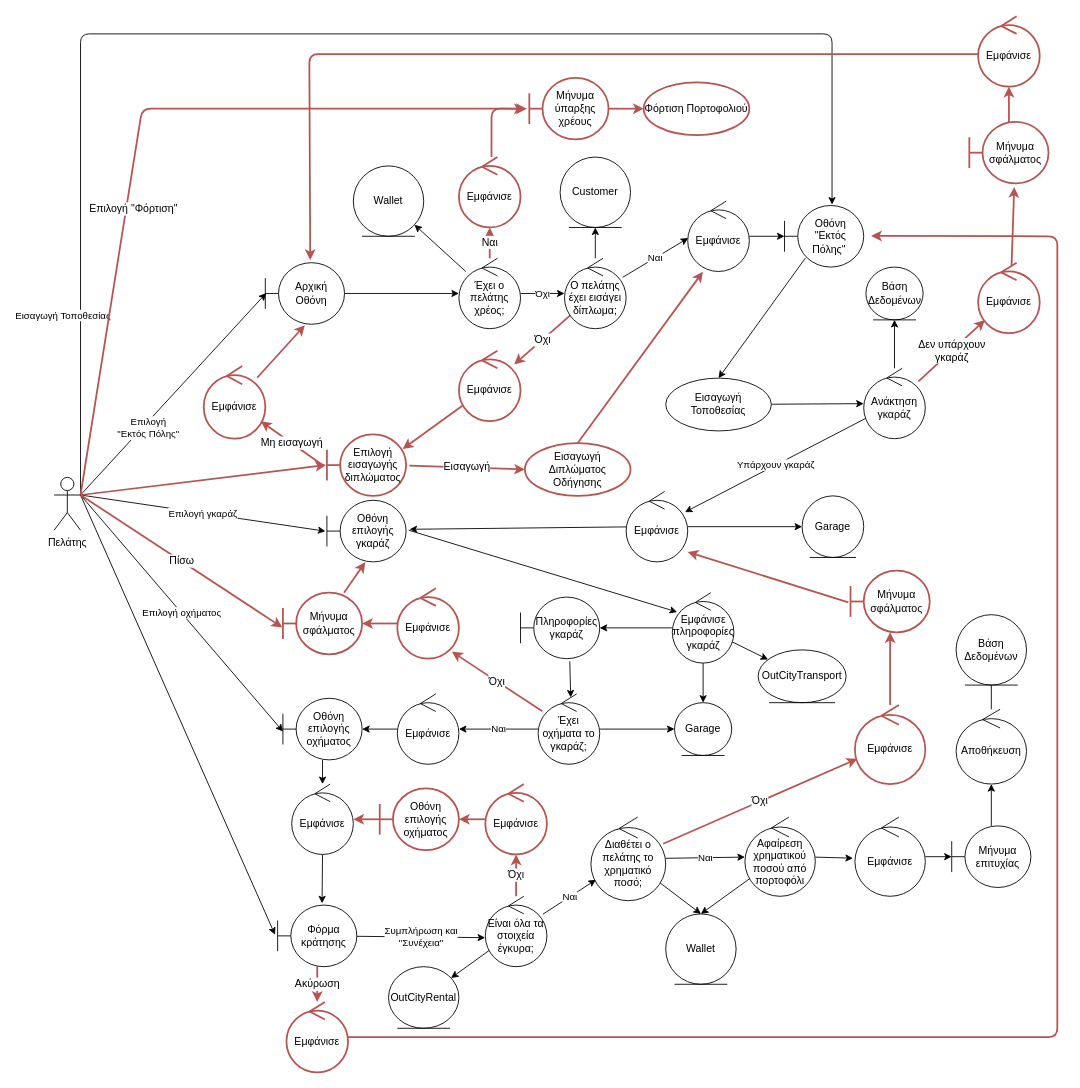
Earlier version of the draw.io diagram Part_2/Robustness/diagrams/11_Βραχυπρόθεσμο_Ταξίδι.drawio (Nikolis2002/texnoligia_logismikou). Source tidied: cells renumbered, new cells numbered last; positions are measured from the earlier drawing's top-left corner, leaving out a move shared by most shapes. Both pictures are drawn from the tidied source at 88%, with x=0, y=0 at pixel (54, 16).
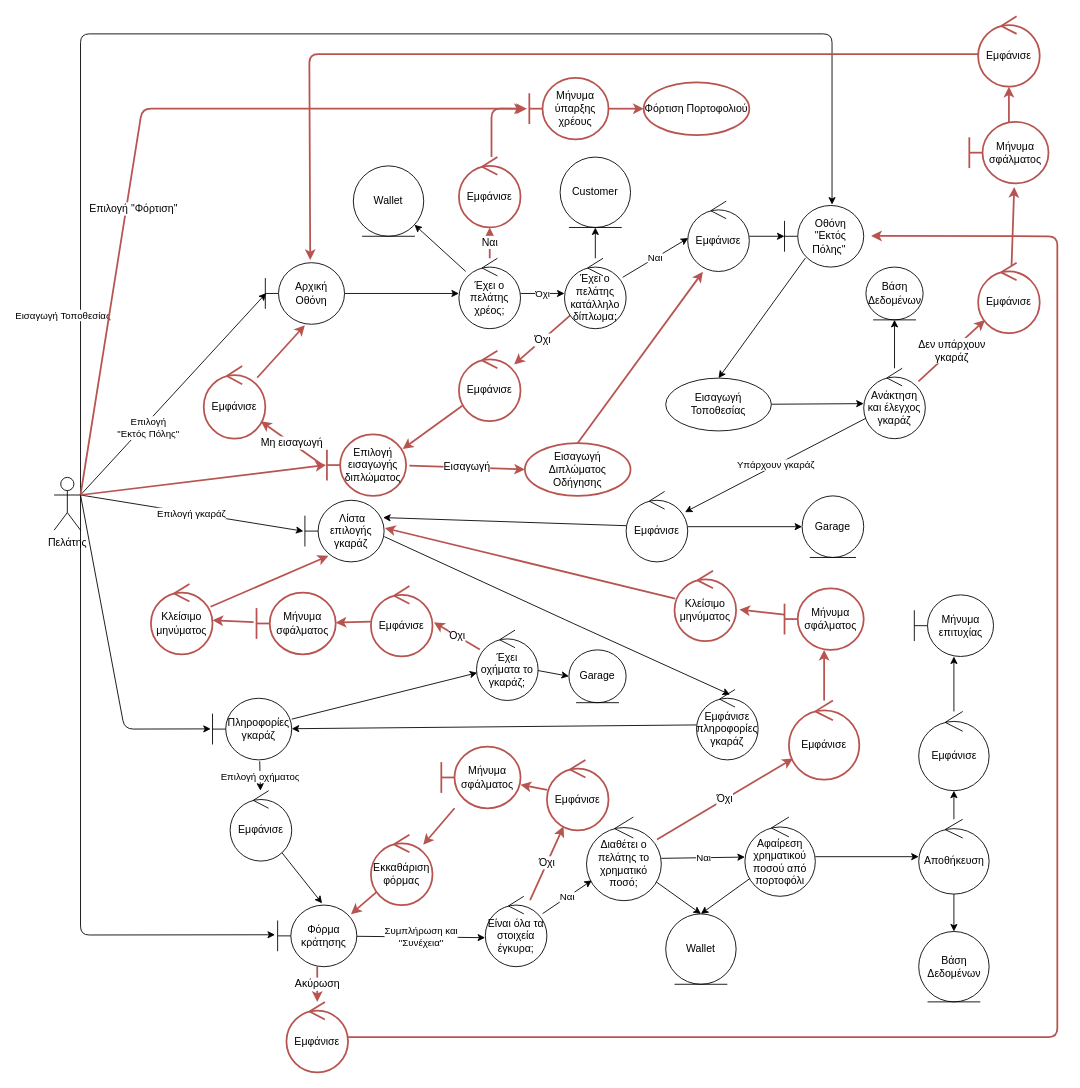
The same page after the edit.

Commit message (it also covers changes not shown here):
Use case 11

Unchanged cells that the change refers to:
```xml
<mxCell id="10" value="Πελάτης" style="shape=umlActor;verticalLabelPosition=bottom;verticalAlign=top;html=1;" parent="1" vertex="1">
  <mxGeometry y="524" width="30" height="60" as="geometry" />
</mxCell>
<mxCell id="32" value="Εμφάνισε" style="ellipse;shape=umlControl;whiteSpace=wrap;html=1;" parent="1" vertex="1">
  <mxGeometry x="650" y="540" width="70" height="80" as="geometry" />
</mxCell>
<mxCell id="51" value="Φόρμα κράτησης" style="shape=umlBoundary;whiteSpace=wrap;html=1;" parent="1" vertex="1">
  <mxGeometry x="254" y="1010" width="90" height="70" as="geometry" />
</mxCell>
<mxCell id="55" value="Είναι όλα τα στοιχεία έγκυρα;" style="ellipse;shape=umlControl;whiteSpace=wrap;html=1;" parent="1" vertex="1">
  <mxGeometry x="490" y="1000" width="70" height="80" as="geometry" />
</mxCell>
<mxCell id="64" value="Αφαίρεση χρηματικού ποσού από πορτοφόλι" style="ellipse;shape=umlControl;whiteSpace=wrap;html=1;" parent="1" vertex="1">
  <mxGeometry x="785" y="910" width="80" height="90" as="geometry" />
</mxCell>
```

What changed in the source:
```diff
@@
-    <mxCell id="4" value="Επιλογή οχήματος" style="edgeStyle=none;html=1;exitX=1;exitY=0.3333333333333333;exitDx=0;exitDy=0;exitPerimeter=0;entryX=0.002;entryY=0.541;entryDx=0;entryDy=0;entryPerimeter=0;" parent="1" edge="1" source="10" target="46">
-      <mxGeometry relative="1" as="geometry" />
+    <mxCell id="4" style="edgeStyle=none;html=1;exitX=1;exitY=0.3333333333333333;exitDx=0;exitDy=0;exitPerimeter=0;entryX=-0.022;entryY=0.497;entryDx=0;entryDy=0;entryPerimeter=0;" parent="1" edge="1" source="10" target="93">
+      <mxGeometry relative="1" as="geometry">
+        <Array as="points">
+          <mxPoint x="80" y="810" />
+        </Array>
+      </mxGeometry>
     </mxCell>
     <mxCell id="5" style="edgeStyle=none;html=1;exitX=1;exitY=0.3333333333333333;exitDx=0;exitDy=0;exitPerimeter=0;entryX=-0.033;entryY=0.482;entryDx=0;entryDy=0;entryPerimeter=0;" parent="1" edge="1" source="10" target="51">
-      <mxGeometry relative="1" as="geometry" />
+      <mxGeometry relative="1" as="geometry">
+        <Array as="points">
+          <mxPoint x="30" y="1044" />
+        </Array>
+      </mxGeometry>
     </mxCell>
@@
-    <mxCell id="8" value="Πίσω" style="edgeStyle=none;html=1;exitX=1;exitY=0.3333333333333333;exitDx=0;exitDy=0;exitPerimeter=0;entryX=-0.009;entryY=0.563;entryDx=0;entryDy=0;entryPerimeter=0;fontSize=12;fillColor=default;strokeColor=#b85450;strokeWidth=2;" parent="1" edge="1" source="10" target="99">
-      <mxGeometry relative="1" as="geometry" />
-    </mxCell>
@@
-    <mxCell id="20" value="Ο πελάτης έχει εισάγει δίπλωμα;" style="ellipse;shape=umlControl;whiteSpace=wrap;html=1;" parent="1" vertex="1">
+    <mxCell id="20" value="Έχει ο πελάτης κατάλληλο δίπλωμα;" style="ellipse;shape=umlControl;whiteSpace=wrap;html=1;" parent="1" vertex="1">
       <mxGeometry x="580" y="275" width="70" height="80" as="geometry" />
     </mxCell>
@@
-    <mxCell id="28" value="Ανάκτηση γκαράζ" style="ellipse;shape=umlControl;whiteSpace=wrap;html=1;" parent="1" vertex="1">
+    <mxCell id="28" value="Ανάκτηση και έλεγχος γκαράζ" style="ellipse;shape=umlControl;whiteSpace=wrap;html=1;" parent="1" vertex="1">
       <mxGeometry x="920" y="400" width="70" height="80" as="geometry" />
     </mxCell>
@@
-    <mxCell id="30" style="edgeStyle=none;html=1;entryX=1.044;entryY=0.471;entryDx=0;entryDy=0;entryPerimeter=0;" parent="1" edge="1" source="32" target="34">
+    <mxCell id="30" style="edgeStyle=none;html=1;entryX=0.987;entryY=0.281;entryDx=0;entryDy=0;entryPerimeter=0;" parent="1" edge="1" source="32" target="34">
       <mxGeometry relative="1" as="geometry" />
     </mxCell>
@@
-    <mxCell id="33" style="edgeStyle=none;html=1;exitX=1.033;exitY=0.486;exitDx=0;exitDy=0;exitPerimeter=0;entryX=0.079;entryY=0.275;entryDx=0;entryDy=0;entryPerimeter=0;" parent="1" edge="1" source="34" target="38">
-      <mxGeometry relative="1" as="geometry" />
+    <mxCell id="33" style="edgeStyle=none;html=1;exitX=1.002;exitY=0.59;exitDx=0;exitDy=0;exitPerimeter=0;entryX=0.544;entryY=0.073;entryDx=0;entryDy=0;entryPerimeter=0;" parent="1" edge="1" source="34" target="38">
+      <mxGeometry relative="1" as="geometry">
+        <Array as="points">
+          <mxPoint x="590" y="690" />
+        </Array>
+      </mxGeometry>
     </mxCell>
-    <mxCell id="34" value="Οθόνη επιλογής γκαράζ" style="shape=umlBoundary;whiteSpace=wrap;html=1;" parent="1" vertex="1">
-      <mxGeometry x="310" y="550" width="90" height="70" as="geometry" />
+    <mxCell id="34" value="&amp;nbsp;Λίστα επιλογής γκαράζ" style="shape=umlBoundary;whiteSpace=wrap;html=1;" parent="1" vertex="1">
+      <mxGeometry x="285" y="550" width="90" height="70" as="geometry" />
     </mxCell>
-    <mxCell id="35" style="edgeStyle=none;html=1;" parent="1" edge="1" source="38" target="39">
-      <mxGeometry relative="1" as="geometry" />
-    </mxCell>
@@
-    <mxCell id="37" style="edgeStyle=none;html=1;" parent="1" edge="1" source="38" target="44">
-      <mxGeometry relative="1" as="geometry" />
-    </mxCell>
     <mxCell id="38" value="Εμφάνισε πληροφορίες&lt;br&gt;γκαράζ" style="ellipse;shape=umlControl;whiteSpace=wrap;html=1;" parent="1" vertex="1">
-      <mxGeometry x="702.5" y="655" width="70" height="80" as="geometry" />
+      <mxGeometry x="730" y="765" width="70" height="80" as="geometry" />
     </mxCell>
-    <mxCell id="39" value="Garage" style="ellipse;shape=umlEntity;whiteSpace=wrap;html=1;" parent="1" vertex="1">
-      <mxGeometry x="705" y="780" width="65" height="60" as="geometry" />
-    </mxCell>
-    <mxCell id="40" value="Ναι" style="edgeStyle=none;html=1;" parent="1" edge="1" source="43" target="95">
-      <mxGeometry relative="1" as="geometry" />
-    </mxCell>
+    <mxCell id="42" value="Όχι" style="edgeStyle=none;html=1;entryX=1.022;entryY=0.515;entryDx=0;entryDy=0;entryPerimeter=0;fontSize=12;fillColor=default;strokeColor=#b85450;strokeWidth=2;" parent="1" edge="1" source="43" target="97">
+      <mxGeometry relative="1" as="geometry" />
+    </mxCell>
@@
-    <mxCell id="42" value="Όχι" style="edgeStyle=none;html=1;entryX=0.886;entryY=0.9;entryDx=0;entryDy=0;entryPerimeter=0;fontSize=12;fillColor=default;strokeColor=#b85450;strokeWidth=2;" parent="1" edge="1" source="43" target="97">
-      <mxGeometry relative="1" as="geometry" />
-    </mxCell>
     <mxCell id="43" value="Έχει οχήματα το γκαράζ;" style="ellipse;shape=umlControl;whiteSpace=wrap;html=1;" parent="1" vertex="1">
-      <mxGeometry x="550" y="770" width="70" height="80" as="geometry" />
+      <mxGeometry x="480" y="697.5" width="70" height="80" as="geometry" />
     </mxCell>
-    <mxCell id="44" value="OutCityTransport" style="ellipse;shape=umlEntity;whiteSpace=wrap;html=1;" parent="1" vertex="1">
-      <mxGeometry x="800" y="720" width="100" height="60" as="geometry" />
-    </mxCell>
-    <mxCell id="45" style="edgeStyle=none;html=1;" parent="1" edge="1" source="46" target="48">
+    <mxCell id="45" value="Επιλογή οχήματος" style="edgeStyle=none;html=1;exitX=0.596;exitY=1.023;exitDx=0;exitDy=0;exitPerimeter=0;" parent="1" edge="1" source="93" target="48">
       <mxGeometry relative="1" as="geometry" />
     </mxCell>
-    <mxCell id="46" value="Οθόνη επιλογής οχήματος" style="shape=umlBoundary;whiteSpace=wrap;html=1;" parent="1" vertex="1">
-      <mxGeometry x="260" y="775" width="90" height="70" as="geometry" />
-    </mxCell>
@@
     <mxCell id="48" value="Εμφάνισε" style="ellipse;shape=umlControl;whiteSpace=wrap;html=1;" parent="1" vertex="1">
-      <mxGeometry x="270" y="872.5" width="70" height="80" as="geometry" />
+      <mxGeometry x="200" y="880" width="70" height="80" as="geometry" />
     </mxCell>
@@
-    <mxCell id="53" style="edgeStyle=none;html=1;" parent="1" edge="1" source="55" target="60">
-      <mxGeometry relative="1" as="geometry" />
-    </mxCell>
@@
     <mxCell id="59" value="Διαθέτει ο πελάτης το χρηματικό ποσό;" style="ellipse;shape=umlControl;whiteSpace=wrap;html=1;" parent="1" vertex="1">
-      <mxGeometry x="610" y="910" width="85" height="95" as="geometry" />
+      <mxGeometry x="605" y="910" width="85" height="95" as="geometry" />
     </mxCell>
-    <mxCell id="60" value="OutCityRental" style="ellipse;shape=umlEntity;whiteSpace=wrap;html=1;" parent="1" vertex="1">
-      <mxGeometry x="380" y="1080" width="80" height="70" as="geometry" />
-    </mxCell>
@@
-    <mxCell id="63" style="edgeStyle=none;html=1;entryX=-0.028;entryY=0.519;entryDx=0;entryDy=0;entryPerimeter=0;" parent="1" edge="1" source="64" target="107">
-      <mxGeometry relative="1" as="geometry" />
-    </mxCell>
+    <mxCell id="115" style="edgeStyle=none;html=1;" parent="1" edge="1" source="64" target="66">
+      <mxGeometry relative="1" as="geometry" />
+    </mxCell>
@@
+    <mxCell id="116" style="edgeStyle=none;html=1;" parent="1" edge="1" source="66" target="107">
+      <mxGeometry relative="1" as="geometry" />
+    </mxCell>
     <mxCell id="66" value="Αποθήκευση" style="ellipse;shape=umlControl;whiteSpace=wrap;html=1;" parent="1" vertex="1">
-      <mxGeometry x="1025" y="787.5" width="80" height="85" as="geometry" />
+      <mxGeometry x="982.5" y="912.5" width="80" height="85" as="geometry" />
     </mxCell>
     <mxCell id="67" value="Βάση Δεδομένων" style="ellipse;shape=umlEntity;whiteSpace=wrap;html=1;" parent="1" vertex="1">
-      <mxGeometry x="1025" y="680" width="80" height="80" as="geometry" />
+      <mxGeometry x="982.5" y="1040" width="80" height="80" as="geometry" />
     </mxCell>
@@
-    <mxCell id="92" style="edgeStyle=none;html=1;entryX=0.529;entryY=0.05;entryDx=0;entryDy=0;entryPerimeter=0;exitX=0.622;exitY=1.043;exitDx=0;exitDy=0;exitPerimeter=0;" parent="1" edge="1" source="93" target="43">
+    <mxCell id="92" style="edgeStyle=none;html=1;" parent="1" edge="1" source="93" target="43">
       <mxGeometry relative="1" as="geometry" />
     </mxCell>
     <mxCell id="93" value="Πληροφορίες γκαράζ" style="shape=umlBoundary;whiteSpace=wrap;html=1;" parent="1" vertex="1">
-      <mxGeometry x="530" y="660" width="90" height="70" as="geometry" />
+      <mxGeometry x="180" y="775" width="90" height="70" as="geometry" />
     </mxCell>
-    <mxCell id="94" style="edgeStyle=none;html=1;" parent="1" edge="1" source="95" target="46">
-      <mxGeometry relative="1" as="geometry" />
-    </mxCell>
-    <mxCell id="95" value="Εμφάνισε" style="ellipse;shape=umlControl;whiteSpace=wrap;html=1;" parent="1" vertex="1">
-      <mxGeometry x="390" y="770" width="70" height="80" as="geometry" />
-    </mxCell>
@@
     <mxCell id="97" value="Εμφάνισε" style="ellipse;shape=umlControl;whiteSpace=wrap;html=1;strokeColor=#b85450;strokeWidth=2;" parent="1" vertex="1">
-      <mxGeometry x="390" y="650" width="70" height="80" as="geometry" />
+      <mxGeometry x="360" y="647.5" width="70" height="80" as="geometry" />
     </mxCell>
-    <mxCell id="98" style="edgeStyle=none;html=1;entryX=0.485;entryY=1.004;entryDx=0;entryDy=0;entryPerimeter=0;fontSize=12;fillColor=default;strokeColor=#b85450;strokeWidth=2;" parent="1" edge="1" source="99" target="34">
+    <mxCell id="98" style="edgeStyle=none;html=1;fontSize=12;fillColor=default;strokeColor=#b85450;strokeWidth=2;exitX=-0.037;exitY=0.479;exitDx=0;exitDy=0;exitPerimeter=0;" parent="1" edge="1" source="99" target="119">
       <mxGeometry relative="1" as="geometry" />
     </mxCell>
     <mxCell id="99" value="Μήνυμα σφάλματος" style="shape=umlBoundary;whiteSpace=wrap;html=1;strokeColor=#b85450;strokeWidth=2;" parent="1" vertex="1">
-      <mxGeometry x="260" y="655" width="90" height="70" as="geometry" />
+      <mxGeometry x="230" y="655" width="90" height="70" as="geometry" />
     </mxCell>
@@
     <mxCell id="103" value="Εμφάνισε" style="ellipse;shape=umlControl;whiteSpace=wrap;html=1;strokeColor=#b85450;strokeWidth=2;" parent="1" vertex="1">
-      <mxGeometry x="490" y="872.5" width="70" height="80" as="geometry" />
+      <mxGeometry x="560" y="845" width="70" height="80" as="geometry" />
     </mxCell>
-    <mxCell id="104" style="edgeStyle=none;html=1;fontSize=12;fillColor=default;strokeColor=#b85450;strokeWidth=2;" parent="1" edge="1" source="105" target="48">
+    <mxCell id="104" style="edgeStyle=none;html=1;fontSize=12;fillColor=default;strokeColor=#b85450;strokeWidth=2;" parent="1" edge="1" source="105" target="123">
       <mxGeometry relative="1" as="geometry" />
     </mxCell>
-    <mxCell id="105" value="Οθόνη επιλογής οχήματος" style="shape=umlBoundary;whiteSpace=wrap;html=1;strokeColor=#b85450;strokeWidth=2;" parent="1" vertex="1">
-      <mxGeometry x="370" y="877.5" width="90" height="70" as="geometry" />
+    <mxCell id="105" value="Μήνυμα σφάλματος" style="shape=umlBoundary;whiteSpace=wrap;html=1;strokeColor=#b85450;strokeWidth=2;" parent="1" vertex="1">
+      <mxGeometry x="440" y="830" width="90" height="70" as="geometry" />
     </mxCell>
@@
     <mxCell id="107" value="Εμφάνισε" style="ellipse;shape=umlControl;whiteSpace=wrap;html=1;" parent="1" vertex="1">
-      <mxGeometry x="910" y="910" width="80" height="90" as="geometry" />
+      <mxGeometry x="982.5" y="790" width="80" height="90" as="geometry" />
     </mxCell>
-    <mxCell id="108" style="edgeStyle=none;html=1;" parent="1" edge="1" source="109" target="66">
-      <mxGeometry relative="1" as="geometry" />
-    </mxCell>
     <mxCell id="109" value="Μήνυμα επιτυχίας" style="shape=umlBoundary;whiteSpace=wrap;html=1;" parent="1" vertex="1">
-      <mxGeometry x="1020" y="920" width="90" height="70" as="geometry" />
+      <mxGeometry x="977.5" y="657.5" width="90" height="70" as="geometry" />
     </mxCell>
@@
     <mxCell id="111" value="Εμφάνισε" style="ellipse;shape=umlControl;whiteSpace=wrap;html=1;strokeColor=#b85450;strokeWidth=2;" parent="1" vertex="1">
-      <mxGeometry x="910" y="782.5" width="80" height="90" as="geometry" />
+      <mxGeometry x="835" y="777.5" width="80" height="90" as="geometry" />
     </mxCell>
-    <mxCell id="112" style="edgeStyle=none;html=1;entryX=1;entryY=0.859;entryDx=0;entryDy=0;entryPerimeter=0;fontSize=12;fillColor=default;strokeColor=#b85450;strokeWidth=2;exitX=-0.028;exitY=0.514;exitDx=0;exitDy=0;exitPerimeter=0;" parent="1" edge="1" source="113" target="32">
-      <mxGeometry relative="1" as="geometry" />
-    </mxCell>
+    <mxCell id="117" style="edgeStyle=none;html=1;entryX=1.053;entryY=0.552;entryDx=0;entryDy=0;entryPerimeter=0;fontSize=12;strokeColor=#b85450;fillColor=default;strokeWidth=2;" parent="1" edge="1" source="113" target="121">
+      <mxGeometry relative="1" as="geometry" />
+    </mxCell>
     <mxCell id="113" value="Μήνυμα σφάλματος" style="shape=umlBoundary;whiteSpace=wrap;html=1;strokeColor=#b85450;strokeWidth=2;" parent="1" vertex="1">
-      <mxGeometry x="905" y="630" width="90" height="70" as="geometry" />
+      <mxGeometry x="830" y="650" width="90" height="70" as="geometry" />
     </mxCell>
@@
+    <mxCell id="39" value="Garage" style="ellipse;shape=umlEntity;whiteSpace=wrap;html=1;" parent="1" vertex="1">
+      <mxGeometry x="585" y="720" width="65" height="60" as="geometry" />
+    </mxCell>
+    <mxCell id="118" style="edgeStyle=none;html=1;entryX=0.296;entryY=0.902;entryDx=0;entryDy=0;entryPerimeter=0;fontSize=12;strokeColor=#b85450;fillColor=default;strokeWidth=2;" parent="1" edge="1" source="119" target="34">
+      <mxGeometry relative="1" as="geometry" />
+    </mxCell>
+    <mxCell id="119" value="Κλείσιμο μηνύματος" style="ellipse;shape=umlControl;whiteSpace=wrap;html=1;strokeColor=#b85450;strokeWidth=2;" parent="1" vertex="1">
+      <mxGeometry x="110" y="645" width="70" height="80" as="geometry" />
+    </mxCell>
+    <mxCell id="120" style="edgeStyle=none;html=1;entryX=1.009;entryY=0.451;entryDx=0;entryDy=0;entryPerimeter=0;fontSize=12;strokeColor=#b85450;fillColor=default;strokeWidth=2;" parent="1" edge="1" source="121" target="34">
+      <mxGeometry relative="1" as="geometry" />
+    </mxCell>
+    <mxCell id="121" value="Κλείσιμο μηνύματος" style="ellipse;shape=umlControl;whiteSpace=wrap;html=1;strokeColor=#b85450;strokeWidth=2;" parent="1" vertex="1">
+      <mxGeometry x="705" y="630" width="70" height="80" as="geometry" />
+    </mxCell>
+    <mxCell id="122" style="edgeStyle=none;html=1;entryX=0.926;entryY=0.148;entryDx=0;entryDy=0;entryPerimeter=0;fontSize=12;strokeColor=#b85450;fillColor=default;strokeWidth=2;" parent="1" edge="1" source="123" target="51">
+      <mxGeometry relative="1" as="geometry" />
+    </mxCell>
+    <mxCell id="123" value="Εκκαθάριση φόρμας" style="ellipse;shape=umlControl;whiteSpace=wrap;html=1;strokeColor=#b85450;strokeWidth=2;" parent="1" vertex="1">
+      <mxGeometry x="360" y="930" width="70" height="80" as="geometry" />
+    </mxCell>
```
